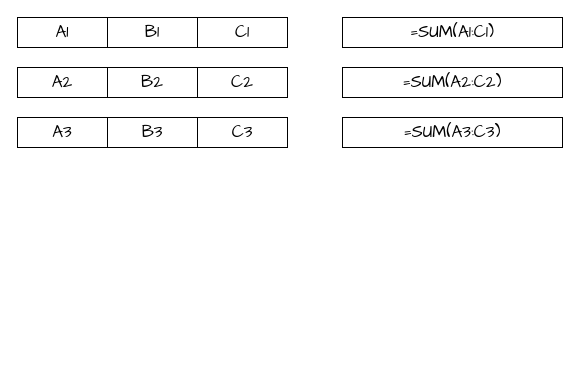
This is kk-excel/excel-formula-expand.drawio from Serein-sz/drawio-pkg, a draw.io file, before an edit. Source tidied: cells renumbered, new cells numbered last; positions are measured from the earlier drawing's top-left corner, leaving out a move shared by most shapes. Both pictures are drawn from the tidied source at 100%, with x=0, y=0 at pixel (17, 17).
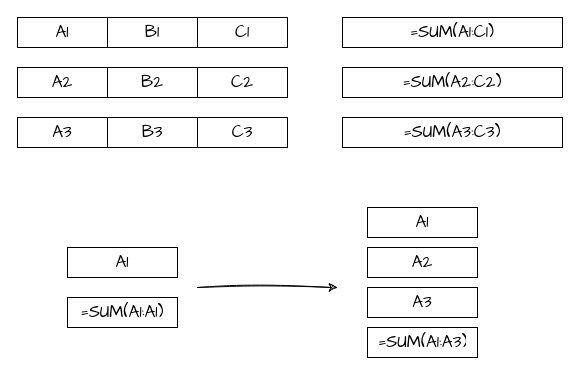
Above is the later version.

The edit, as a diff of the source:
```diff
@@
+    <mxCell id="17" value="A1" style="text;strokeColor=inherit;align=center;verticalAlign=middle;spacingLeft=10;spacingRight=10;overflow=hidden;whiteSpace=wrap;html=1;fillColor=inherit;fontColor=inherit;fontSize=17;fontFamily=Architects Daughter;" parent="1" vertex="1">
+      <mxGeometry x="50" y="230" width="110" height="30" as="geometry" />
+    </mxCell>
+    <mxCell id="18" value="=SUM(A1:A1)" style="text;strokeColor=inherit;align=center;verticalAlign=middle;spacingLeft=10;spacingRight=10;overflow=hidden;whiteSpace=wrap;html=1;fillColor=inherit;fontColor=inherit;fontSize=17;fontFamily=Architects Daughter;" parent="1" vertex="1">
+      <mxGeometry x="50" y="280" width="110" height="30" as="geometry" />
+    </mxCell>
+    <mxCell id="19" value="A1" style="text;strokeColor=inherit;align=center;verticalAlign=middle;spacingLeft=10;spacingRight=10;overflow=hidden;whiteSpace=wrap;html=1;fillColor=inherit;fontColor=inherit;fontSize=17;fontFamily=Architects Daughter;" parent="1" vertex="1">
+      <mxGeometry x="350" y="190" width="110" height="30" as="geometry" />
+    </mxCell>
+    <mxCell id="20" value="=SUM(A1:A3)" style="text;strokeColor=inherit;align=center;verticalAlign=middle;spacingLeft=10;spacingRight=10;overflow=hidden;whiteSpace=wrap;html=1;fillColor=inherit;fontColor=inherit;fontSize=17;fontFamily=Architects Daughter;" parent="1" vertex="1">
+      <mxGeometry x="350" y="310" width="110" height="30" as="geometry" />
+    </mxCell>
+    <mxCell id="21" value="A2" style="text;strokeColor=inherit;align=center;verticalAlign=middle;spacingLeft=10;spacingRight=10;overflow=hidden;whiteSpace=wrap;html=1;fillColor=inherit;fontColor=inherit;fontSize=17;fontFamily=Architects Daughter;" parent="1" vertex="1">
+      <mxGeometry x="350" y="230" width="110" height="30" as="geometry" />
+    </mxCell>
+    <mxCell id="22" value="A3" style="text;strokeColor=inherit;align=center;verticalAlign=middle;spacingLeft=10;spacingRight=10;overflow=hidden;whiteSpace=wrap;html=1;fillColor=inherit;fontColor=inherit;fontSize=17;fontFamily=Architects Daughter;" parent="1" vertex="1">
+      <mxGeometry x="350" y="270" width="110" height="30" as="geometry" />
+    </mxCell>
+    <mxCell id="23" style="endArrow=classic;html=1;rounded=0;sketch=1;hachureGap=4;jiggle=2;curveFitting=1;fontFamily=Architects Daughter;" parent="1" edge="1">
+      <mxGeometry relative="1" as="geometry">
+        <mxPoint x="180" y="270" as="sourcePoint" />
+        <mxPoint x="320" y="270" as="targetPoint" />
+      </mxGeometry>
+    </mxCell>
```
